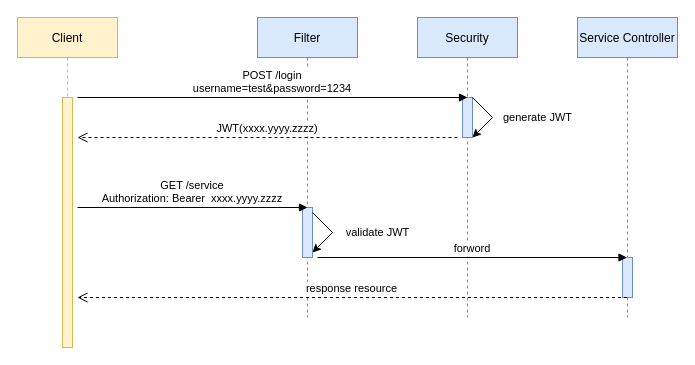
donghyeok-dev/demo keeps this draw.io diagram as JWT Sequence Diagram.drawio. Above is the earlier version. Source tidied: cells renumbered, new cells numbered last; positions are measured from the earlier drawing's top-left corner, leaving out a move shared by most shapes. Both pictures are drawn from the tidied source at 100%, with x=0, y=0 at pixel (17, 17).
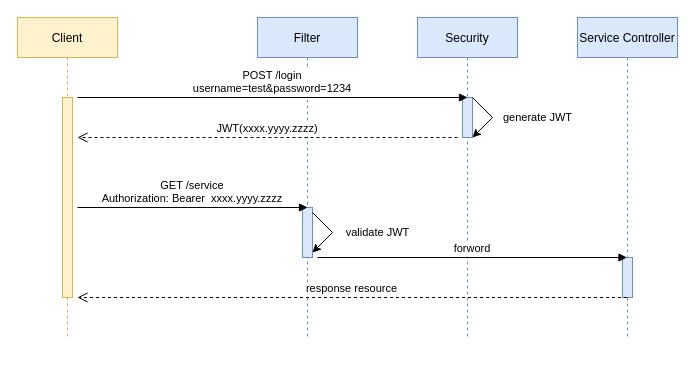
The same page after the edit.

The edit, as a diff of the source:
```diff
@@
     <mxCell id="2" value="Client" style="shape=umlLifeline;perimeter=lifelinePerimeter;rounded=0;shadow=0;strokeWidth=1;fillColor=#fff2cc;strokeColor=#d6b656;" parent="1" vertex="1">
-      <mxGeometry width="100" height="330" as="geometry" />
+      <mxGeometry width="100" height="320" as="geometry" />
     </mxCell>
     <mxCell id="3" style="points=[];perimeter=orthogonalPerimeter;rounded=0;shadow=0;strokeWidth=1;fillColor=#fff2cc;strokeColor=#d6b656;" parent="2" vertex="1">
-      <mxGeometry x="45" y="80" width="10" height="250" as="geometry" />
+      <mxGeometry x="45" y="80" width="10" height="200" as="geometry" />
     </mxCell>
     <mxCell id="4" value="Filter" style="shape=umlLifeline;perimeter=lifelinePerimeter;rounded=0;shadow=0;strokeWidth=1;fillColor=#dae8fc;strokeColor=#6c8ebf;" parent="1" vertex="1">
-      <mxGeometry x="240" width="100" height="300" as="geometry" />
+      <mxGeometry x="240" width="100" height="320" as="geometry" />
     </mxCell>
@@
-    <mxCell id="7" value="JWT(xxxx.yyyy.zzzz)" style="verticalAlign=bottom;endArrow=open;dashed=1;endSize=8;exitX=0;exitY=0.95;shadow=0;strokeWidth=1;entryX=1.5;entryY=0.16;entryDx=0;entryDy=0;entryPerimeter=0;" parent="1" edge="1" target="3">
+    <mxCell id="7" value="JWT(xxxx.yyyy.zzzz)" style="verticalAlign=bottom;endArrow=open;dashed=1;endSize=8;exitX=0;exitY=0.95;shadow=0;strokeWidth=1;" parent="1" edge="1">
       <mxGeometry relative="1" as="geometry">
         <mxPoint x="440" y="120" as="sourcePoint" />
+        <mxPoint x="60" y="120" as="targetPoint" />
       </mxGeometry>
     </mxCell>
     <mxCell id="8" value="Security" style="shape=umlLifeline;perimeter=lifelinePerimeter;rounded=0;shadow=0;strokeWidth=1;fillColor=#dae8fc;strokeColor=#6c8ebf;" parent="1" vertex="1">
-      <mxGeometry x="400" width="100" height="300" as="geometry" />
+      <mxGeometry x="400" width="100" height="320" as="geometry" />
     </mxCell>
@@
     <mxCell id="11" value="Service Controller" style="shape=umlLifeline;perimeter=lifelinePerimeter;rounded=0;shadow=0;strokeWidth=1;fillColor=#dae8fc;strokeColor=#6c8ebf;" parent="1" vertex="1">
-      <mxGeometry x="560" width="100" height="300" as="geometry" />
+      <mxGeometry x="560" width="100" height="320" as="geometry" />
     </mxCell>
```
